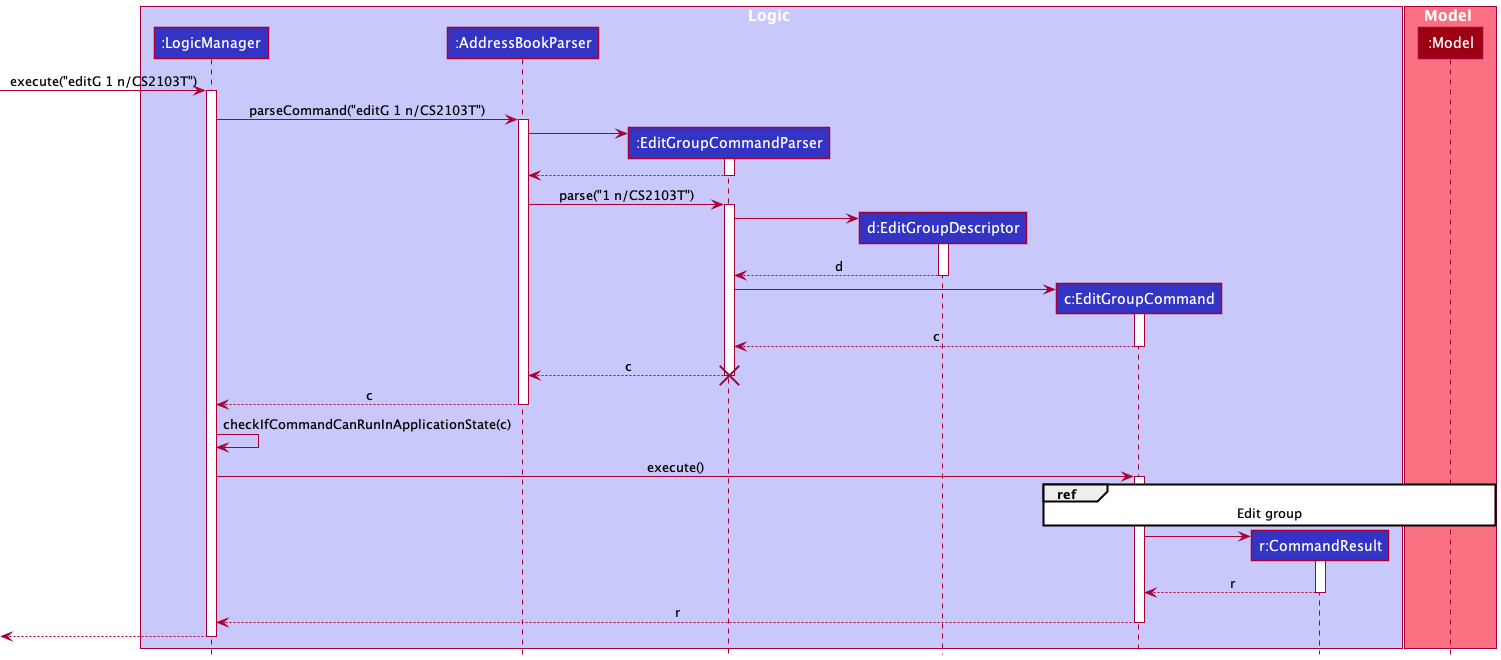
Before: docs/images/EditGroupCommandSequenceDiagram.png, a diagram exported from PlantUML (thanwinnikki/tp). Source of this version:
```plantuml
@startuml
!include style.puml

box Logic LOGIC_COLOR_T1
participant ":LogicManager" as LogicManager LOGIC_COLOR
participant ":AddressBookParser" as AddressBookParser LOGIC_COLOR
participant ":EditGroupCommandParser" as EditGroupCommandParser LOGIC_COLOR
participant "d:EditGroupDescriptor" as EditGroupDescriptor LOGIC_COLOR
participant "c:EditGroupCommand" as EditGroupCommand LOGIC_COLOR
participant "r:CommandResult" as CommandResult LOGIC_COLOR
end box

box Model MODEL_COLOR_T1
participant ":Model" as Model MODEL_COLOR
end box
[-> LogicManager : execute("editG 1 n/CS2103T")
activate LogicManager

LogicManager -> AddressBookParser : parseCommand("editG 1 n/CS2103T")
activate AddressBookParser

create EditGroupCommandParser
AddressBookParser -> EditGroupCommandParser
activate EditGroupCommandParser

EditGroupCommandParser --> AddressBookParser
deactivate EditGroupCommandParser

AddressBookParser -> EditGroupCommandParser : parse("1 n/CS2103T")
activate EditGroupCommandParser

create EditGroupDescriptor
EditGroupCommandParser -> EditGroupDescriptor
activate EditGroupDescriptor

EditGroupDescriptor --> EditGroupCommandParser : d
deactivate EditGroupDescriptor

create EditGroupCommand
EditGroupCommandParser -> EditGroupCommand
activate EditGroupCommand

EditGroupCommand --> EditGroupCommandParser : c
deactivate EditGroupCommand

EditGroupCommandParser --> AddressBookParser : c
destroy EditGroupCommandParser

AddressBookParser --> LogicManager : c
deactivate AddressBookParser
LogicManager -> LogicManager : checkIfCommandCanRunInApplicationState(c)
LogicManager -> EditGroupCommand : execute()
activate EditGroupCommand

ref over EditGroupCommand, Model
Edit group
end ref

create CommandResult
EditGroupCommand -> CommandResult
activate CommandResult
CommandResult --> EditGroupCommand : r
deactivate CommandResult

EditGroupCommand --> LogicManager : r
deactivate EditGroupCommand

[<--LogicManager
deactivate LogicManager
@enduml
```
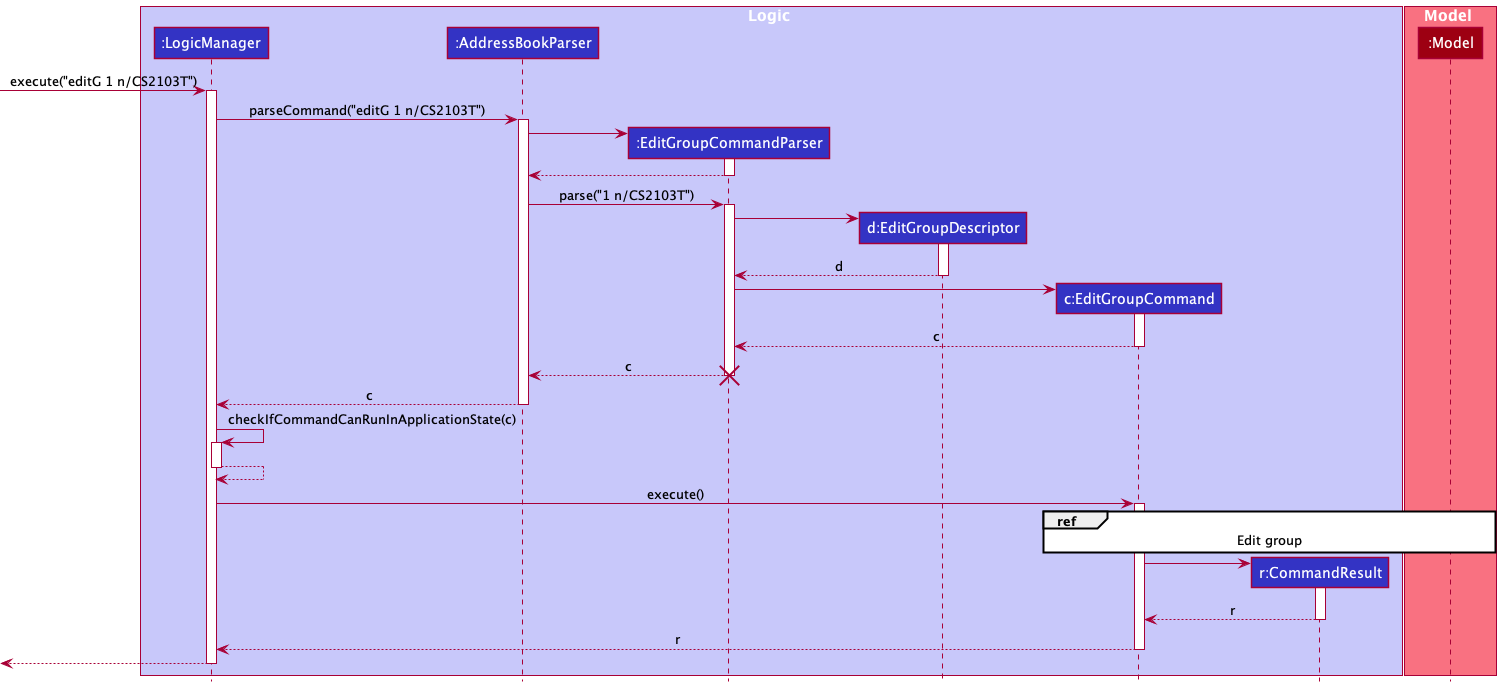
The same file after the commit.

What changed in the source:
```diff
@@ -49,6 +49,10 @@
 AddressBookParser --> LogicManager : c
 deactivate AddressBookParser
 LogicManager -> LogicManager : checkIfCommandCanRunInApplicationState(c)
+activate LogicManager
+LogicManager --> LogicManager
+deactivate LogicManager
+
 LogicManager -> EditGroupCommand : execute()
 activate EditGroupCommand
 
```
